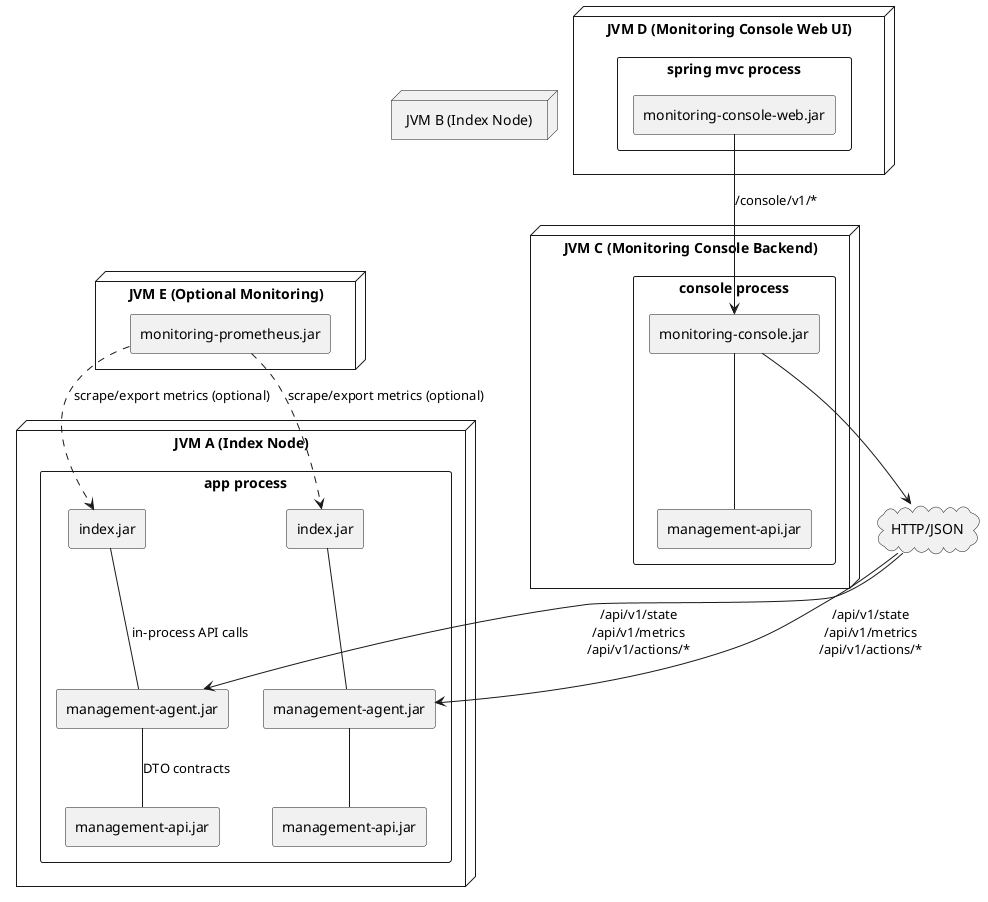
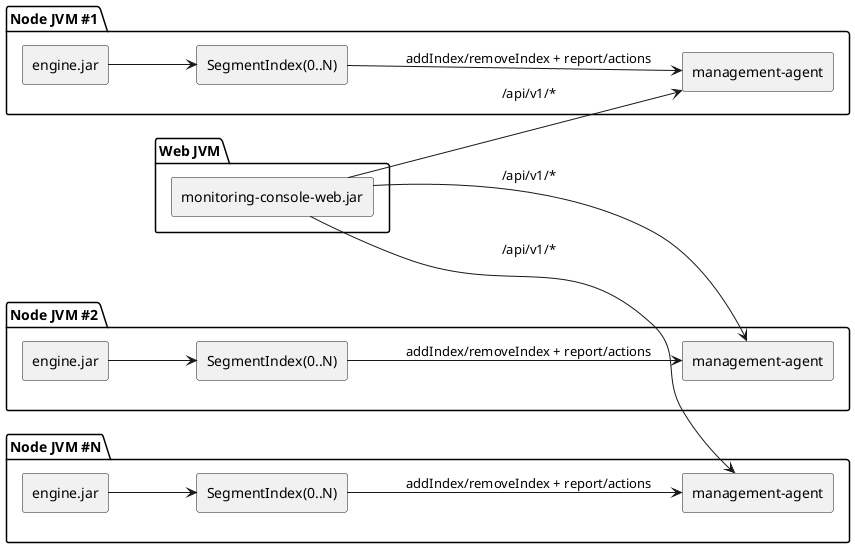
@startuml monitoring-components
+ left to right direction
+ skinparam componentStyle rectangle

- skinparam componentStyle rectangle
- skinparam packageStyle rectangle
- 
- node "JVM A (Index Node)" as JVM_NODE_1 {
-   package "app process" {
-     [index.jar] as INDEX1
-     [management-agent.jar] as AGENT1
-     [management-api.jar] as MAPI1
-   }
-   INDEX1 -down- AGENT1 : in-process API calls
-   AGENT1 -down- MAPI1 : DTO contracts
+ package "Node JVM #1" {
+   [engine.jar] as ENGINE1
+   [SegmentIndex(0..N)] as INDEXES1
+   [management-agent] as AGENT1
+   ENGINE1 --> INDEXES1
+   INDEXES1 --> AGENT1 : addIndex/removeIndex + report/actions
}

- node "JVM B (Index Node)" as JVM_NODE_2 {
-   package "app process" {
-     [index.jar] as INDEX2
-     [management-agent.jar] as AGENT2
-     [management-api.jar] as MAPI2
-   }
-   INDEX2 -down- AGENT2
-   AGENT2 -down- MAPI2
+ package "Node JVM #2" {
+   [engine.jar] as ENGINE2
+   [SegmentIndex(0..N)] as INDEXES2
+   [management-agent] as AGENT2
+   ENGINE2 --> INDEXES2
+   INDEXES2 --> AGENT2 : addIndex/removeIndex + report/actions
}

- node "JVM C (Monitoring Console Backend)" as JVM_CONSOLE {
-   package "console process" {
-     [monitoring-console.jar] as CONSOLE
-     [management-api.jar] as MAPI3
-   }
-   CONSOLE -down- MAPI3
+ package "Node JVM #N" {
+   [engine.jar] as ENGINEN
+   [SegmentIndex(0..N)] as INDEXESN
+   [management-agent] as AGENTN
+   ENGINEN --> INDEXESN
+   INDEXESN --> AGENTN : addIndex/removeIndex + report/actions
}

- node "JVM D (Monitoring Console Web UI)" as JVM_WEB {
-   package "spring mvc process" {
-     [monitoring-console-web.jar] as WEB
-   }
+ package "Web JVM" {
+   [monitoring-console-web.jar] as WEB
}

- cloud "HTTP/JSON" as HTTP
- WEB --> CONSOLE : /console/v1/*
- CONSOLE --> HTTP
- HTTP --> AGENT1 : /api/v1/state\n/api/v1/metrics\n/api/v1/actions/*
- HTTP --> AGENT2 : /api/v1/state\n/api/v1/metrics\n/api/v1/actions/*
- 
- node "JVM E (Optional Monitoring)" as JVM_MON {
-   [monitoring-prometheus.jar] as PROM
- }
- PROM ..> INDEX1 : scrape/export metrics (optional)
- PROM ..> INDEX2 : scrape/export metrics (optional)
+ WEB --> AGENT1 : /api/v1/*
+ WEB --> AGENT2 : /api/v1/*
+ WEB --> AGENTN : /api/v1/*

@enduml
